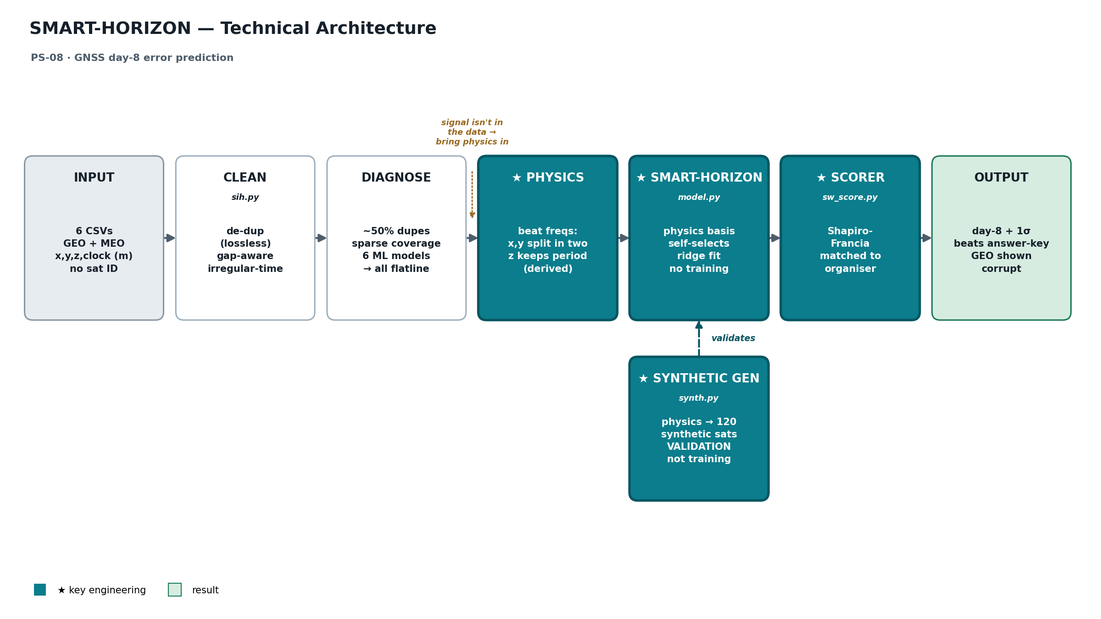
Before: SMART-HORIZON_architecture.png, a diagram exported from Mermaid (never954/gnss_physics_Informed_forecasting). Its source is kept beside it as SMART-HORIZON_architecture.mmd.
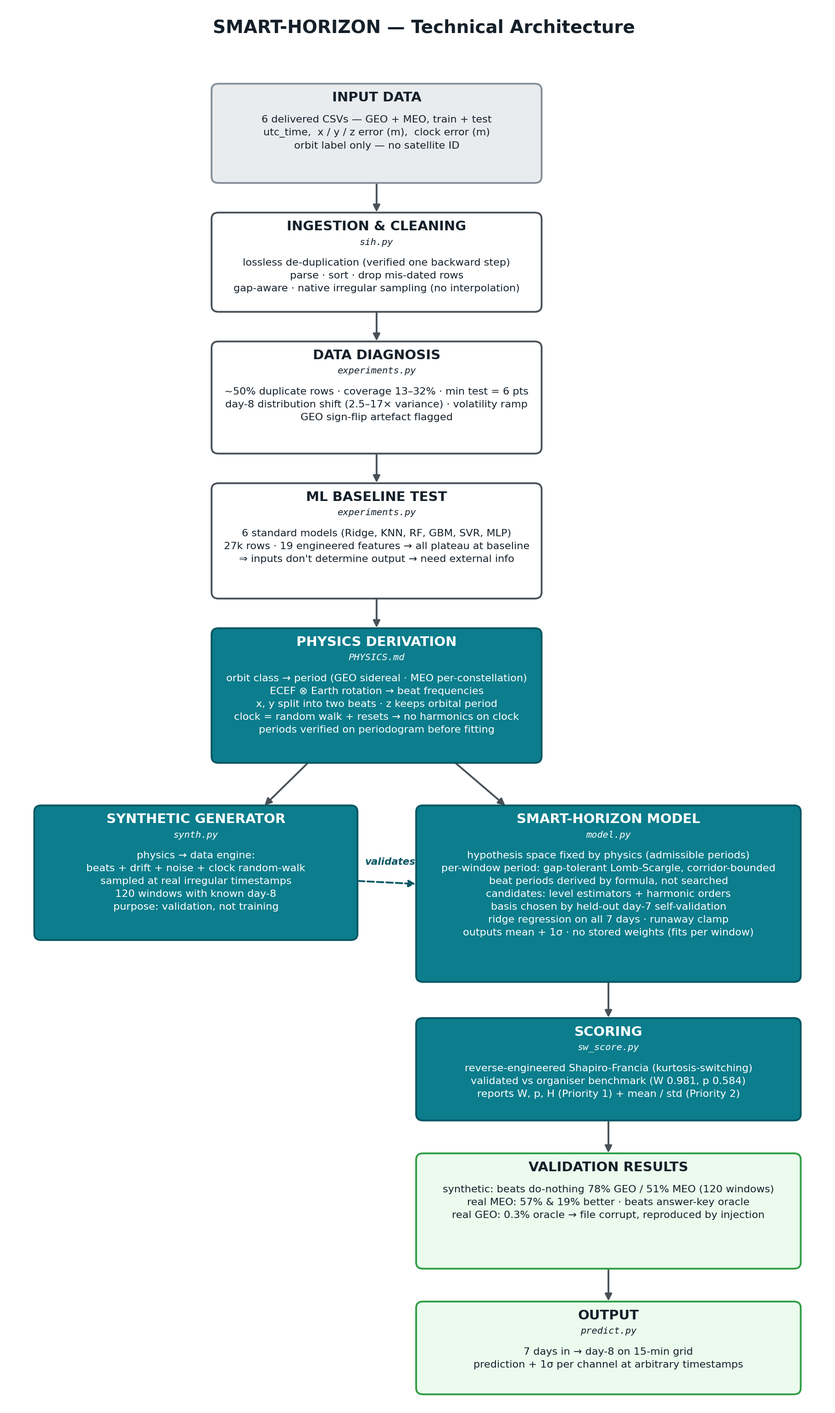
Later version of the same file.

Commit message:
Architecture diagram: full detailed pipeline as Mermaid + Excalidraw

Complete 10-stage pipeline with real detail (no compromises to fit a slide):
input -> clean (sih.py) -> diagnosis -> ML baseline test -> physics derivation
-> synthetic generator (synth.py) + SMART-HORIZON model (model.py) -> scoring
(sw_score.py) -> validation results -> output (predict.py).

- SMART-HORIZON_architecture.mmd        editable Mermaid source
- SMART-HORIZON_architecture.excalidraw native Excalidraw file (open directly)
- SMART-HORIZON_architecture.png        rendered preview

The edit, as a diff of the source:
```diff
@@ -1,20 +1,73 @@
 flowchart TB
-    A["6 delivered CSVs<br/>GEO + MEO, train/test<br/>x, y, z, clock error (m), no satellite ID"]:::data
-    B["Ingestion & cleaning (sih.py)<br/>lossless de-duplication, gap-aware<br/>native irregular-time handling"]
-    D["Diagnosis<br/>~50% duplicate rows, 13-32% coverage<br/>day-8 distribution shift, volatility ramp"]
-    E["ML-plateau experiment<br/>6 standard models, 27k rows<br/>all flatline at baseline"]
-    F["Conclusion: inputs do not determine output<br/>bring information from OUTSIDE the data"]:::concl
-    G["Physics derivation<br/>ECEF x orbit rotation, sin.cos identity<br/>x,y split into TWO beat frequencies, z keeps period<br/>periods verified on real periodogram"]:::key
-    J["Reverse-engineered synthetic generator (synth.py)<br/>physics to data engine: beats+drift+noise+clock walk<br/>120 satellites at REAL irregular timestamps<br/>purpose: VALIDATION, not training"]:::key
-    M["SMART-HORIZON model (model.py)<br/>L1 physics fixes admissible rhythms<br/>L2 window self-selects basis (hidden day 7)<br/>L3 ridge regression to extrapolate day 8<br/>no stored weights, fits fresh, cannot overfit"]:::key
-    Q["Reverse-engineered scorer (sw_score.py)<br/>Shapiro-Francia, kurtosis-switching<br/>validated vs organiser benchmark"]:::key
-    S["Output: day-8 prediction + 1-sigma, arbitrary times<br/>MEO beats do-nothing AND answer-key predictor<br/>GEO proven corrupt (artefact reproduced on demand)"]:::out
-    A --> B --> D --> E --> F --> G
-    G --> J
-    G --> M
-    J -. validates .-> M
-    M --> Q --> S
-    classDef data fill:#e7ecf0,stroke:#8a97a3,color:#15202a;
-    classDef key fill:#0b7d8c,stroke:#075662,color:#ffffff,stroke-width:2px;
-    classDef concl fill:#f0e4cf,stroke:#9a6a22,color:#15202a;
-    classDef out fill:#d7ece1,stroke:#1e7a56,color:#15202a;
+
+    N1["<b>INPUT DATA</b>
+    6 delivered CSVs — GEO + MEO, train + test
+    utc_time, x/y/z error (m), clock error (m)
+    orbit label only — no satellite ID"]
+
+    N2["<b>INGESTION &amp; CLEANING</b>  ·  sih.py
+    lossless de-duplication (verified one backward step)
+    parse, sort, drop mis-dated rows
+    gap-aware, native irregular sampling (no interpolation)"]
+
+    N3["<b>DATA DIAGNOSIS</b>  ·  experiments.py
+    ~50% duplicate rows, coverage 13–32%, min test = 6 pts
+    day-8 distribution shift (2.5–17× variance), volatility ramp
+    GEO sign-flip artefact flagged"]
+
+    N4["<b>ML BASELINE TEST</b>  ·  experiments.py
+    6 standard models (Ridge, KNN, RF, GBM, SVR, MLP)
+    27k rows, 19 engineered features → all plateau at baseline
+    ⇒ inputs don't determine output → need external info"]
+
+    N5["<b>PHYSICS DERIVATION</b>  ·  PHYSICS.md
+    orbit class → period (GEO sidereal, MEO per-constellation)
+    ECEF ⊗ Earth rotation → beat frequencies
+    x,y split into two beats; z keeps orbital period
+    clock = random walk + resets → no harmonics on clock
+    periods verified on periodogram before fitting"]
+
+    N6["<b>SYNTHETIC GENERATOR</b>  ·  synth.py
+    physics → data engine: beats + drift + noise + clock RW
+    sampled at real irregular timestamps
+    120 windows with known day-8
+    purpose: validation, not training"]
+
+    N7["<b>SMART-HORIZON MODEL</b>  ·  model.py
+    hypothesis space fixed by physics (admissible periods)
+    per-window period: gap-tolerant Lomb-Scargle, corridor-bounded
+    beat periods derived by formula, not searched
+    candidates: level estimators + harmonic orders
+    basis chosen by held-out day-7 self-validation
+    ridge regression on all 7 days, runaway clamp
+    outputs mean + 1σ, no stored weights (fits per window)"]
+
+    N8["<b>SCORING</b>  ·  sw_score.py
+    reverse-engineered Shapiro-Francia (kurtosis-switching)
+    validated vs organiser benchmark (W 0.981, p 0.584)
+    reports W, p, H (Priority 1) + mean/std (Priority 2)"]
+
+    N9["<b>VALIDATION RESULTS</b>
+    synthetic: beats do-nothing 78% GEO / 51% MEO (120 windows)
+    real MEO: 57% &amp; 19% better, beats answer-key oracle
+    real GEO: 0.3% oracle → file corrupt, reproduced by injection"]
+
+    N10["<b>OUTPUT</b>  ·  predict.py
+    7 days in → day-8 on 15-min grid
+    prediction + 1σ per channel at arbitrary timestamps"]
+
+    N1 --> N2 --> N3 --> N4 --> N5
+    N5 --> N6
+    N5 --> N7
+    N6 -. validates .-> N7
+    N7 --> N8 --> N9 --> N10
+
+    classDef data   fill:#e9ecef,stroke:#868e96,color:#15202a;
+    classDef step   fill:#ffffff,stroke:#495057,color:#15202a;
+    classDef key    fill:#0b7d8c,stroke:#075662,color:#ffffff;
+    classDef result fill:#ebfbee,stroke:#2f9e44,color:#15202a;
+
+    class N1 data;
+    class N2,N3,N4 step;
+    class N5,N6,N7,N8 key;
+    class N9,N10 result;
```
